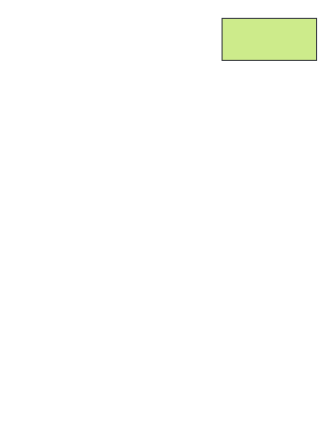
This is computer network/未命名绘图.drawio from twodollarstwenty/drawio, a draw.io file, before an edit. Source tidied: cells renumbered, new cells numbered last; positions are measured from the earlier drawing's top-left corner, leaving out a move shared by most shapes. Both pictures are drawn from the tidied source at 105%, with x=0, y=0 at pixel (222, 18).
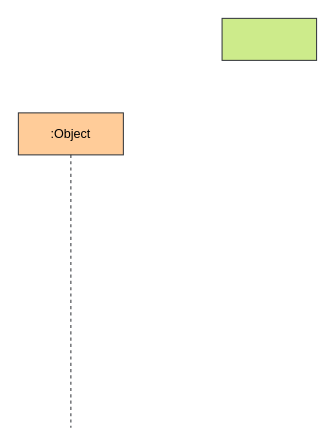
The same page after the edit.

Commit message (it also covers changes not shown here):
更新未命名绘图.drawio

What changed in the source:
```diff
@@
 <mxGraphModel>
   <root>
     <mxCell id="0" />
     <mxCell id="1" parent="0" />
     <mxCell id="2" style="rounded=0;whiteSpace=wrap;html=1;fontSize=16;fillColor=#cdeb8b;strokeColor=#36393d;" parent="1" vertex="1">
       <mxGeometry width="90" height="40" as="geometry" />
     </mxCell>
+    <mxCell id="3" value=":Object" style="shape=umlLifeline;perimeter=lifelinePerimeter;whiteSpace=wrap;html=1;newEdgeStyle={&quot;edgeStyle&quot;:&quot;elbowEdgeStyle&quot;,&quot;elbow&quot;:&quot;vertical&quot;,&quot;curved&quot;:0,&quot;rounded&quot;:0};fillColor=#ffcc99;strokeColor=#36393d;" parent="1" vertex="1">
+      <mxGeometry x="-194" y="90" width="100" height="300" as="geometry" />
+    </mxCell>
   </root>
 </mxGraphModel>
```
